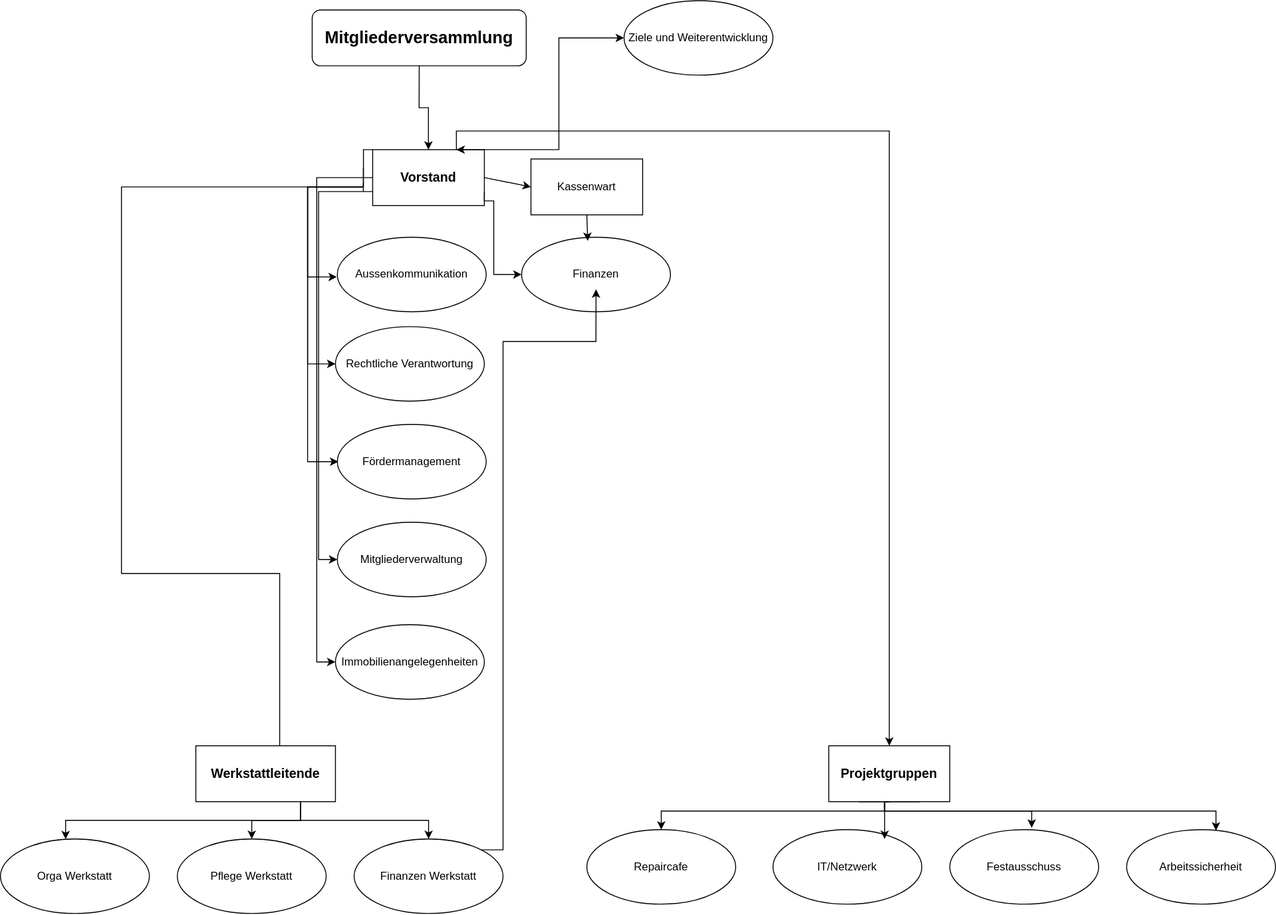
garagelab-dus/organigram keeps this draw.io diagram as Garagelab.drawio.svg. Above is the earlier version. Source tidied: cells renumbered, new cells last; positions are measured from the earlier drawing's top-left corner, leaving out a move shared by most shapes.
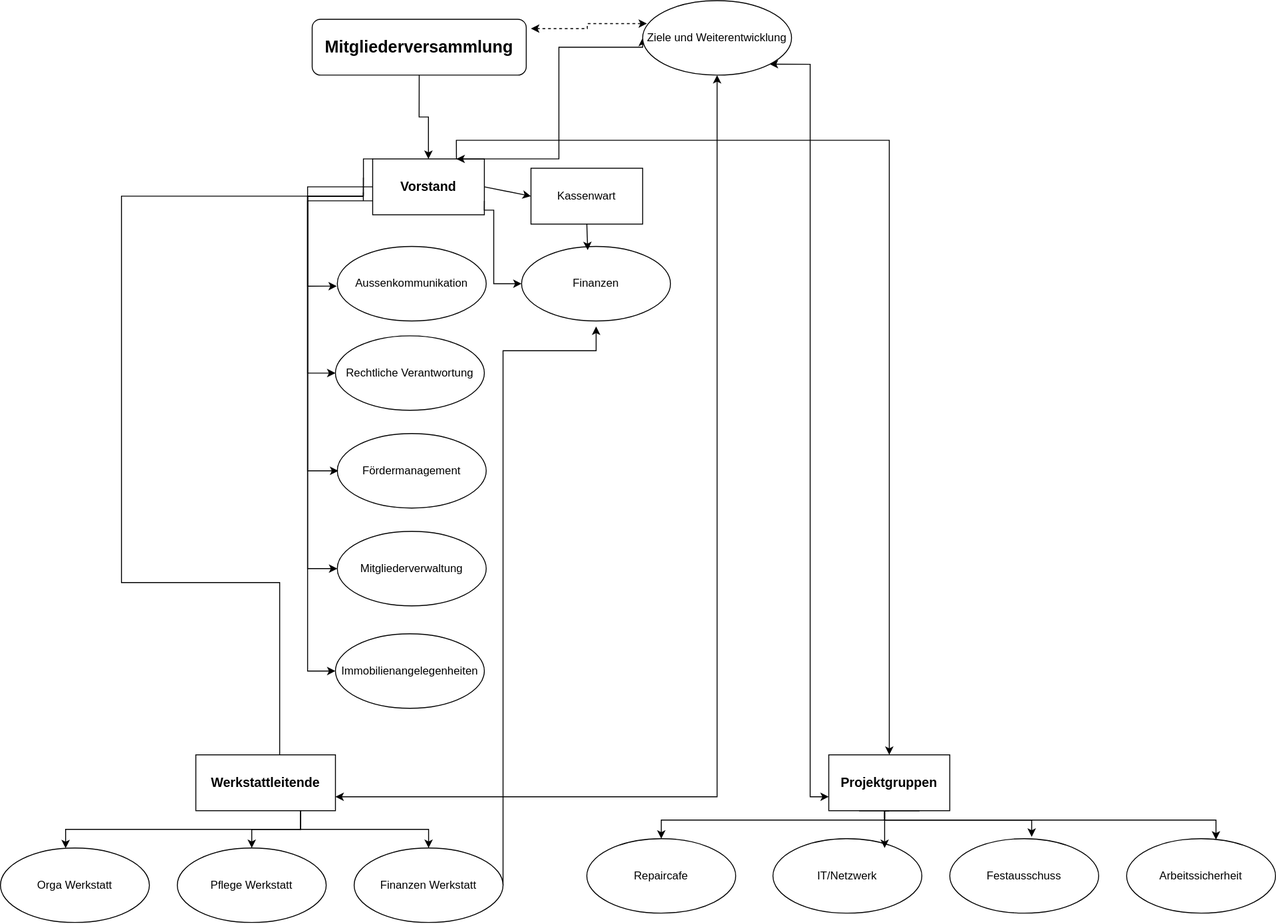
Above is the later version.

The edit, as a diff of the source:
```diff
@@ -20,10 +20,20 @@
       <mxGeometry relative="1" as="geometry" />
     </mxCell>
     <mxCell id="5" style="edgeStyle=orthogonalEdgeStyle;rounded=0;jettySize=auto;html=1;exitX=0;exitY=0.75;exitDx=0;exitDy=0;entryX=0;entryY=0.5;entryDx=0;entryDy=0;" parent="1" edge="1" source="7" target="37">
-      <mxGeometry relative="1" as="geometry" />
+      <mxGeometry relative="1" as="geometry">
+        <Array as="points">
+          <mxPoint x="330" y="205" />
+          <mxPoint x="330" y="600" />
+        </Array>
+      </mxGeometry>
     </mxCell>
     <mxCell id="6" style="edgeStyle=orthogonalEdgeStyle;rounded=0;jettySize=auto;html=1;exitX=0;exitY=0.5;exitDx=0;exitDy=0;entryX=0;entryY=0.5;entryDx=0;entryDy=0;" parent="1" edge="1" source="7" target="38">
-      <mxGeometry relative="1" as="geometry" />
+      <mxGeometry relative="1" as="geometry">
+        <Array as="points">
+          <mxPoint x="330" y="190" />
+          <mxPoint x="330" y="710" />
+        </Array>
+      </mxGeometry>
     </mxCell>
     <mxCell id="7" value="&lt;h3&gt;Vorstand&lt;/h3&gt;" style="rounded=0;whiteSpace=wrap;html=1;" parent="1" vertex="1">
       <mxGeometry x="399.9" y="160" width="120" height="60" as="geometry" />
@@ -42,6 +52,11 @@
     <mxCell id="10" style="edgeStyle=orthogonalEdgeStyle;rounded=0;jettySize=auto;html=1;exitX=0.5;exitY=1;exitDx=0;exitDy=0;" parent="1" edge="1" source="11" target="7">
       <mxGeometry relative="1" as="geometry" />
     </mxCell>
+    <mxCell id="41" style="edgeStyle=orthogonalEdgeStyle;rounded=0;jettySize=auto;html=1;entryX=0.029;entryY=0.308;entryDx=0;entryDy=0;startArrow=classic;startFill=1;dashed=1;entryPerimeter=0;" parent="1" edge="1" target="40">
+      <mxGeometry relative="1" as="geometry">
+        <mxPoint x="570" y="20" as="sourcePoint" />
+      </mxGeometry>
+    </mxCell>
     <mxCell id="11" value="&lt;h2&gt;Mitgliederversammlung&lt;/h2&gt;" style="rounded=1;whiteSpace=wrap;html=1;" parent="1" vertex="1">
       <mxGeometry x="334.9" y="10" width="230" height="60" as="geometry" />
     </mxCell>
@@ -75,11 +90,10 @@
     <mxCell id="21" value="Pflege Werkstatt" style="ellipse;whiteSpace=wrap;html=1;" parent="1" vertex="1">
       <mxGeometry x="190" y="900" width="160" height="80" as="geometry" />
     </mxCell>
-    <mxCell id="22" style="edgeStyle=orthogonalEdgeStyle;rounded=0;jettySize=auto;html=1;exitX=1;exitY=0;exitDx=0;exitDy=0;entryX=0.5;entryY=1;entryDx=0;entryDy=0;" parent="1" edge="1" source="23">
+    <mxCell id="22" style="edgeStyle=orthogonalEdgeStyle;rounded=0;jettySize=auto;html=1;exitX=1;exitY=0.5;exitDx=0;exitDy=0;" parent="1" edge="1" source="23">
       <mxGeometry relative="1" as="geometry">
-        <mxPoint x="639.9" y="310" as="targetPoint" />
+        <mxPoint x="640" y="340" as="targetPoint" />
         <Array as="points">
-          <mxPoint x="540" y="912" />
           <mxPoint x="540" y="366" />
           <mxPoint x="640" y="366" />
         </Array>
@@ -191,8 +205,14 @@
         </Array>
       </mxGeometry>
     </mxCell>
+    <mxCell id="42" style="edgeStyle=orthogonalEdgeStyle;rounded=0;jettySize=auto;html=1;exitX=0.5;exitY=1;exitDx=0;exitDy=0;entryX=1;entryY=0.75;entryDx=0;entryDy=0;startArrow=classic;startFill=1;" parent="1" edge="1" source="40" target="19">
+      <mxGeometry relative="1" as="geometry" />
+    </mxCell>
+    <mxCell id="43" style="edgeStyle=orthogonalEdgeStyle;rounded=0;jettySize=auto;html=1;exitX=1;exitY=1;exitDx=0;exitDy=0;entryX=0;entryY=0.75;entryDx=0;entryDy=0;startArrow=classic;startFill=1;" parent="1" edge="1" source="40" target="29">
+      <mxGeometry relative="1" as="geometry" />
+    </mxCell>
     <mxCell id="40" value="Ziele und Weiterentwicklung" style="ellipse;whiteSpace=wrap;html=1;" parent="1" vertex="1">
-      <mxGeometry x="670" width="160" height="80" as="geometry" />
+      <mxGeometry x="690" y="-10" width="160" height="80" as="geometry" />
     </mxCell>
   </root>
 </mxGraphModel>
```
